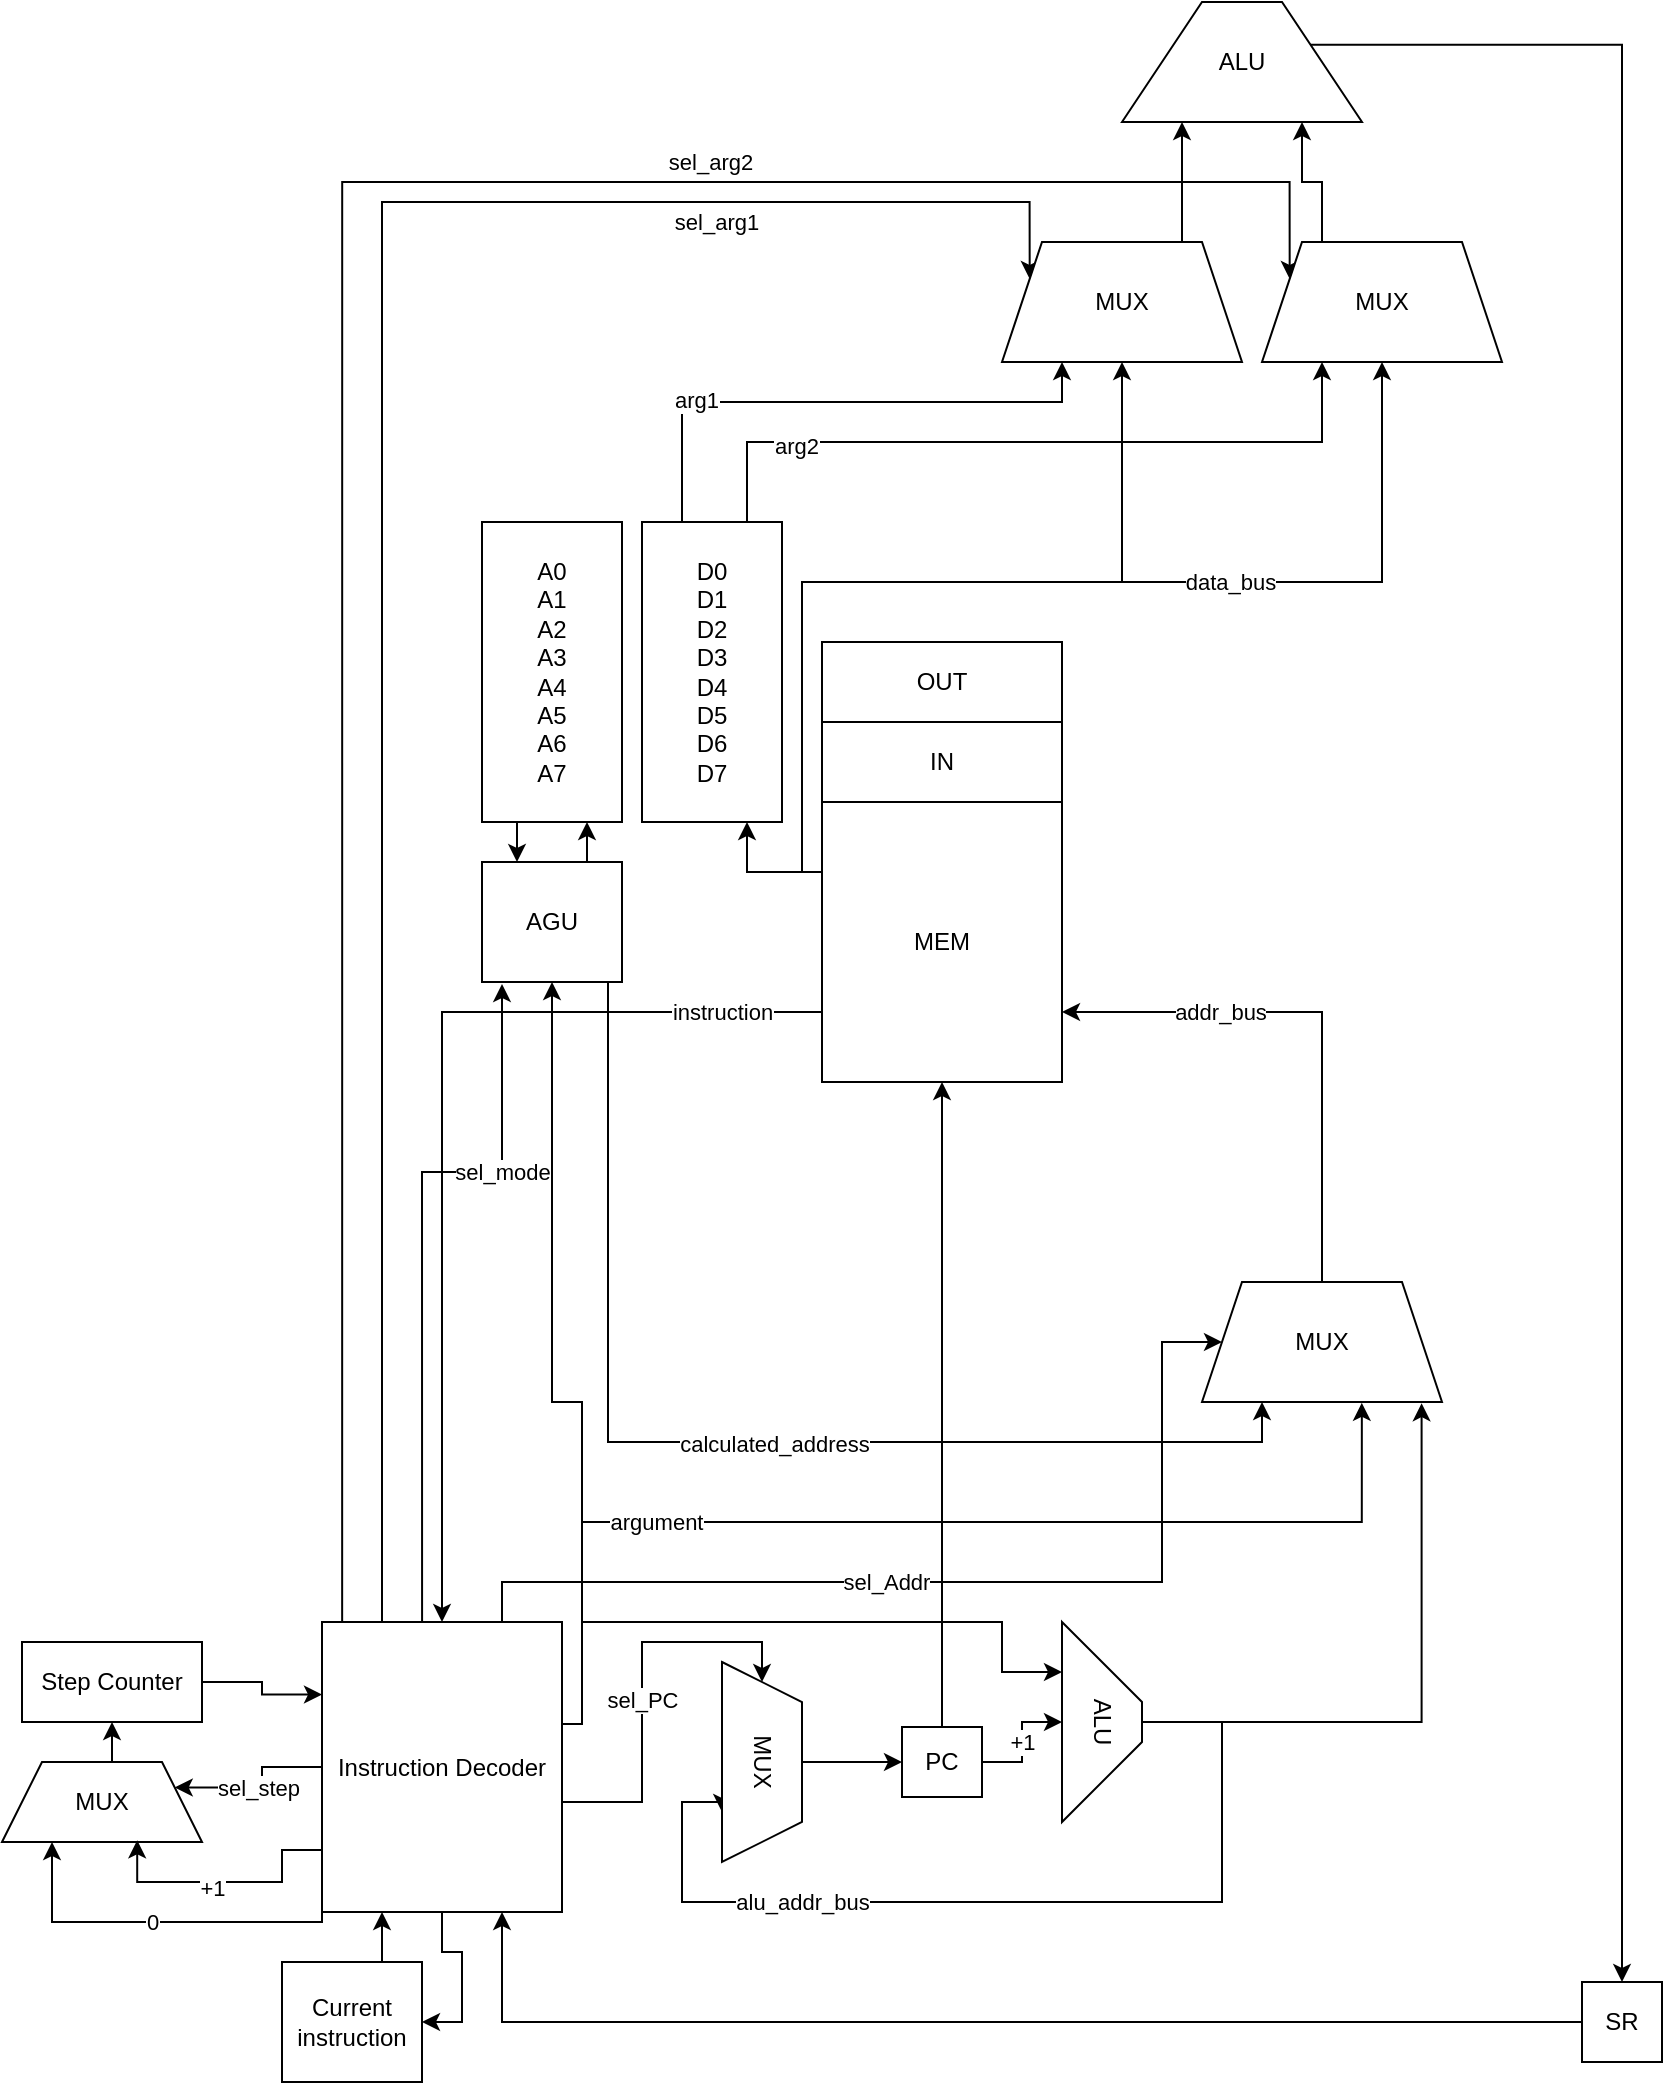
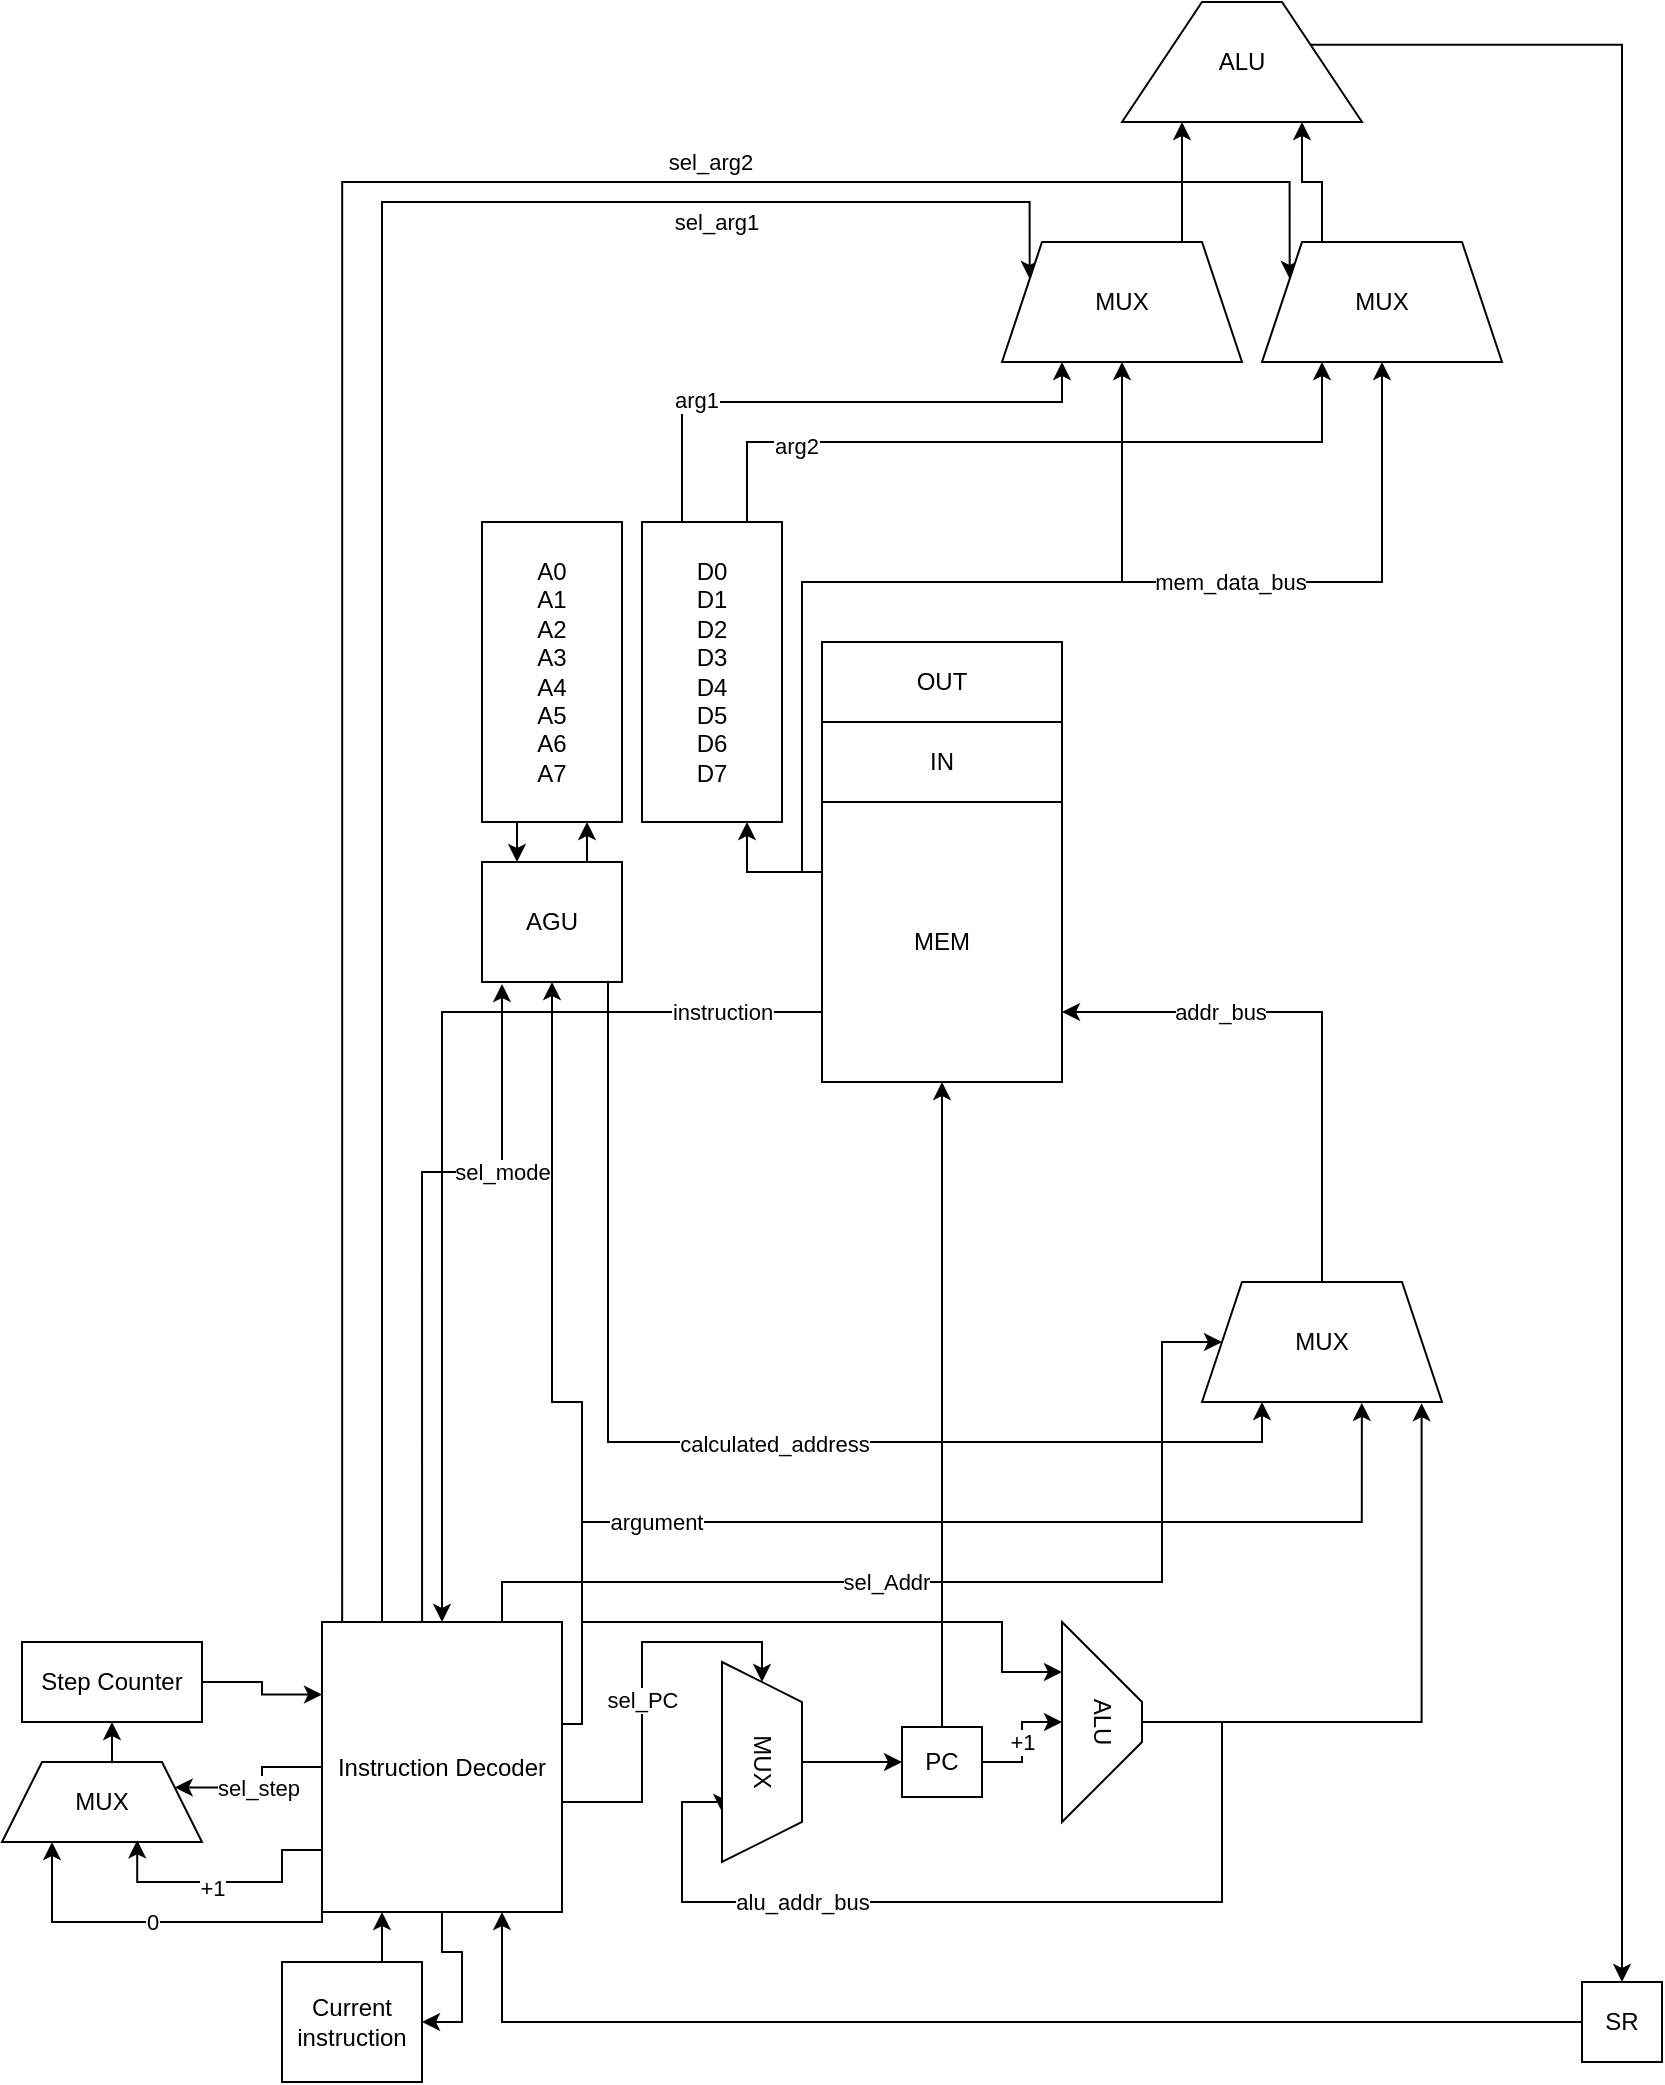
<mxfile host="app.diagrams.net">
  <diagram name="Page-1" id="vD0c1nyJ2qsoY4smOO1c">
    <mxGraphModel dx="647" dy="532" grid="1" gridSize="10" guides="1" tooltips="1" connect="1" arrows="1" fold="1" page="1" pageScale="1" pageWidth="850" pageHeight="1100" math="0" shadow="0">
      <root>
        <mxCell id="0" />
        <mxCell id="1" parent="0" />
        <mxCell id="tmCgyVSAr47gJ168LUJc-76" edge="1" parent="1" source="tmCgyVSAr47gJ168LUJc-6" style="edgeStyle=orthogonalEdgeStyle;rounded=0;orthogonalLoop=1;jettySize=auto;html=1;exitX=0.25;exitY=0;exitDx=0;exitDy=0;entryX=0.25;entryY=1;entryDx=0;entryDy=0;" target="tmCgyVSAr47gJ168LUJc-71">
          <mxGeometry relative="1" as="geometry">
            <Array as="points">
              <mxPoint x="350" y="300" />
              <mxPoint x="350" y="240" />
              <mxPoint x="540" y="240" />
            </Array>
          </mxGeometry>
        </mxCell>
        <mxCell id="tmCgyVSAr47gJ168LUJc-78" connectable="0" parent="tmCgyVSAr47gJ168LUJc-76" style="edgeLabel;html=1;align=center;verticalAlign=middle;resizable=0;points=[];" value="arg1" vertex="1">
          <mxGeometry relative="1" x="-0.4947" y="1" as="geometry">
            <mxPoint as="offset" />
          </mxGeometry>
        </mxCell>
        <mxCell id="tmCgyVSAr47gJ168LUJc-77" edge="1" parent="1" source="tmCgyVSAr47gJ168LUJc-6" style="edgeStyle=orthogonalEdgeStyle;rounded=0;orthogonalLoop=1;jettySize=auto;html=1;exitX=0.75;exitY=0;exitDx=0;exitDy=0;entryX=0.25;entryY=1;entryDx=0;entryDy=0;" target="tmCgyVSAr47gJ168LUJc-70">
          <mxGeometry relative="1" as="geometry" />
        </mxCell>
        <mxCell id="tmCgyVSAr47gJ168LUJc-79" connectable="0" parent="tmCgyVSAr47gJ168LUJc-77" style="edgeLabel;html=1;align=center;verticalAlign=middle;resizable=0;points=[];" value="arg2" vertex="1">
          <mxGeometry relative="1" x="-0.653" y="-2" as="geometry">
            <mxPoint as="offset" />
          </mxGeometry>
        </mxCell>
        <mxCell id="tmCgyVSAr47gJ168LUJc-6" parent="1" style="rounded=0;whiteSpace=wrap;html=1;" value="D0&lt;div&gt;D1&lt;/div&gt;&lt;div&gt;D2&lt;/div&gt;&lt;div&gt;D3&lt;/div&gt;&lt;div&gt;D4&lt;/div&gt;&lt;div&gt;D5&lt;/div&gt;&lt;div&gt;D6&lt;/div&gt;&lt;div&gt;D7&lt;/div&gt;" vertex="1">
          <mxGeometry height="150" width="70" x="330" y="300" as="geometry" />
        </mxCell>
        <mxCell id="tmCgyVSAr47gJ168LUJc-29" edge="1" parent="1" source="tmCgyVSAr47gJ168LUJc-7" style="edgeStyle=orthogonalEdgeStyle;rounded=0;orthogonalLoop=1;jettySize=auto;html=1;exitX=0;exitY=0.75;exitDx=0;exitDy=0;entryX=0.5;entryY=0;entryDx=0;entryDy=0;" target="tmCgyVSAr47gJ168LUJc-8" value="instruction">
          <mxGeometry relative="1" x="-0.798" as="geometry">
            <mxPoint as="offset" />
          </mxGeometry>
        </mxCell>
        <mxCell id="tmCgyVSAr47gJ168LUJc-87" edge="1" parent="1" source="tmCgyVSAr47gJ168LUJc-7" style="edgeStyle=orthogonalEdgeStyle;rounded=0;orthogonalLoop=1;jettySize=auto;html=1;exitX=0;exitY=0.25;exitDx=0;exitDy=0;entryX=0.75;entryY=1;entryDx=0;entryDy=0;" target="tmCgyVSAr47gJ168LUJc-6">
          <mxGeometry relative="1" as="geometry" />
        </mxCell>
        <mxCell id="tmCgyVSAr47gJ168LUJc-88" edge="1" parent="1" source="tmCgyVSAr47gJ168LUJc-7" style="edgeStyle=orthogonalEdgeStyle;rounded=0;orthogonalLoop=1;jettySize=auto;html=1;exitX=0;exitY=0.25;exitDx=0;exitDy=0;entryX=0.5;entryY=1;entryDx=0;entryDy=0;" target="tmCgyVSAr47gJ168LUJc-71">
          <mxGeometry relative="1" as="geometry">
            <Array as="points">
              <mxPoint x="410" y="475" />
              <mxPoint x="410" y="330" />
              <mxPoint x="570" y="330" />
            </Array>
          </mxGeometry>
        </mxCell>
        <mxCell id="tmCgyVSAr47gJ168LUJc-89" edge="1" parent="1" source="tmCgyVSAr47gJ168LUJc-7" style="edgeStyle=orthogonalEdgeStyle;rounded=0;orthogonalLoop=1;jettySize=auto;html=1;exitX=0;exitY=0.25;exitDx=0;exitDy=0;entryX=0.5;entryY=1;entryDx=0;entryDy=0;" target="tmCgyVSAr47gJ168LUJc-70">
          <mxGeometry relative="1" as="geometry">
            <Array as="points">
              <mxPoint x="410" y="475" />
              <mxPoint x="410" y="330" />
              <mxPoint x="700" y="330" />
            </Array>
          </mxGeometry>
        </mxCell>
-         <mxCell id="tmCgyVSAr47gJ168LUJc-90" connectable="0" parent="tmCgyVSAr47gJ168LUJc-89" style="edgeLabel;html=1;align=center;verticalAlign=middle;resizable=0;points=[];" value="data_bus" vertex="1">
+         <mxCell id="tmCgyVSAr47gJ168LUJc-90" connectable="0" parent="tmCgyVSAr47gJ168LUJc-89" style="edgeLabel;html=1;align=center;verticalAlign=middle;resizable=0;points=[];" value="mem_data_bus" vertex="1">
          <mxGeometry relative="1" x="0.3271" as="geometry">
            <mxPoint as="offset" />
          </mxGeometry>
        </mxCell>
        <mxCell id="tmCgyVSAr47gJ168LUJc-7" parent="1" style="rounded=0;whiteSpace=wrap;html=1;" value="MEM" vertex="1">
          <mxGeometry height="140" width="120" x="420" y="440" as="geometry" />
        </mxCell>
        <mxCell id="tmCgyVSAr47gJ168LUJc-18" edge="1" parent="1" source="tmCgyVSAr47gJ168LUJc-8" style="edgeStyle=orthogonalEdgeStyle;rounded=0;orthogonalLoop=1;jettySize=auto;html=1;exitX=1;exitY=0.5;exitDx=0;exitDy=0;entryX=0;entryY=0.5;entryDx=0;entryDy=0;" target="tmCgyVSAr47gJ168LUJc-17" value="sel_PC">
          <mxGeometry relative="1" as="geometry">
            <Array as="points">
              <mxPoint x="290" y="940" />
              <mxPoint x="330" y="940" />
              <mxPoint x="330" y="860" />
              <mxPoint x="390" y="860" />
            </Array>
          </mxGeometry>
        </mxCell>
        <mxCell id="tmCgyVSAr47gJ168LUJc-27" edge="1" parent="1" source="tmCgyVSAr47gJ168LUJc-8" style="edgeStyle=orthogonalEdgeStyle;rounded=0;orthogonalLoop=1;jettySize=auto;html=1;exitX=0.75;exitY=0;exitDx=0;exitDy=0;entryX=0;entryY=0.5;entryDx=0;entryDy=0;" target="tmCgyVSAr47gJ168LUJc-25" value="sel_Addr">
          <mxGeometry relative="1" x="-0.1538" as="geometry">
            <mxPoint as="offset" />
            <Array as="points">
              <mxPoint x="260" y="830" />
              <mxPoint x="590" y="830" />
              <mxPoint x="590" y="710" />
            </Array>
          </mxGeometry>
        </mxCell>
        <mxCell id="tmCgyVSAr47gJ168LUJc-31" edge="1" parent="1" source="tmCgyVSAr47gJ168LUJc-8" style="edgeStyle=orthogonalEdgeStyle;rounded=0;orthogonalLoop=1;jettySize=auto;html=1;exitX=0.5;exitY=1;exitDx=0;exitDy=0;entryX=1;entryY=0.5;entryDx=0;entryDy=0;" target="tmCgyVSAr47gJ168LUJc-30">
          <mxGeometry relative="1" as="geometry" />
        </mxCell>
        <mxCell id="tmCgyVSAr47gJ168LUJc-38" edge="1" parent="1" source="tmCgyVSAr47gJ168LUJc-8" style="edgeStyle=orthogonalEdgeStyle;rounded=0;orthogonalLoop=1;jettySize=auto;html=1;exitX=1;exitY=0.25;exitDx=0;exitDy=0;entryX=0.25;entryY=1;entryDx=0;entryDy=0;" target="tmCgyVSAr47gJ168LUJc-15">
          <mxGeometry relative="1" as="geometry">
            <Array as="points">
              <mxPoint x="300" y="901" />
              <mxPoint x="300" y="850" />
              <mxPoint x="510" y="850" />
              <mxPoint x="510" y="875" />
            </Array>
          </mxGeometry>
        </mxCell>
        <mxCell id="tmCgyVSAr47gJ168LUJc-40" edge="1" parent="1" source="tmCgyVSAr47gJ168LUJc-8" style="edgeStyle=orthogonalEdgeStyle;rounded=0;orthogonalLoop=1;jettySize=auto;html=1;exitX=1;exitY=0.25;exitDx=0;exitDy=0;entryX=0.666;entryY=1.007;entryDx=0;entryDy=0;entryPerimeter=0;" target="tmCgyVSAr47gJ168LUJc-25">
          <mxGeometry relative="1" as="geometry">
            <Array as="points">
              <mxPoint x="300" y="901" />
              <mxPoint x="300" y="800" />
              <mxPoint x="690" y="800" />
            </Array>
          </mxGeometry>
        </mxCell>
        <mxCell id="tmCgyVSAr47gJ168LUJc-41" connectable="0" parent="tmCgyVSAr47gJ168LUJc-40" style="edgeLabel;html=1;align=center;verticalAlign=middle;resizable=0;points=[];" value="argument" vertex="1">
          <mxGeometry relative="1" x="0.5385" y="2" as="geometry">
            <mxPoint x="-280" y="2" as="offset" />
          </mxGeometry>
        </mxCell>
        <mxCell id="tmCgyVSAr47gJ168LUJc-45" edge="1" parent="1" source="tmCgyVSAr47gJ168LUJc-8" style="edgeStyle=orthogonalEdgeStyle;rounded=0;orthogonalLoop=1;jettySize=auto;html=1;exitX=0;exitY=1;exitDx=0;exitDy=0;entryX=0.25;entryY=1;entryDx=0;entryDy=0;" target="tmCgyVSAr47gJ168LUJc-42" value="0">
          <mxGeometry relative="1" as="geometry">
            <Array as="points">
              <mxPoint x="170" y="1000" />
              <mxPoint x="35" y="1000" />
            </Array>
          </mxGeometry>
        </mxCell>
        <mxCell id="tmCgyVSAr47gJ168LUJc-47" edge="1" parent="1" source="tmCgyVSAr47gJ168LUJc-8" style="edgeStyle=orthogonalEdgeStyle;rounded=0;orthogonalLoop=1;jettySize=auto;html=1;exitX=0;exitY=0.5;exitDx=0;exitDy=0;entryX=1;entryY=0.25;entryDx=0;entryDy=0;" target="tmCgyVSAr47gJ168LUJc-42" value="sel_step">
          <mxGeometry relative="1" as="geometry" />
        </mxCell>
        <mxCell id="tmCgyVSAr47gJ168LUJc-60" edge="1" parent="1" source="tmCgyVSAr47gJ168LUJc-8" style="edgeStyle=orthogonalEdgeStyle;rounded=0;orthogonalLoop=1;jettySize=auto;html=1;exitX=0.417;exitY=-0.003;exitDx=0;exitDy=0;entryX=0.149;entryY=1.017;entryDx=0;entryDy=0;entryPerimeter=0;exitPerimeter=0;" target="tmCgyVSAr47gJ168LUJc-57" value="sel_mode">
          <mxGeometry relative="1" x="0.4739" as="geometry">
            <mxPoint as="offset" />
            <Array as="points">
              <mxPoint x="220" y="625" />
              <mxPoint x="260" y="625" />
              <mxPoint x="260" y="531" />
            </Array>
            <mxPoint x="330" y="540" as="targetPoint" />
          </mxGeometry>
        </mxCell>
        <mxCell id="tmCgyVSAr47gJ168LUJc-61" edge="1" parent="1" source="tmCgyVSAr47gJ168LUJc-8" style="edgeStyle=orthogonalEdgeStyle;rounded=0;orthogonalLoop=1;jettySize=auto;html=1;exitX=1;exitY=0.25;exitDx=0;exitDy=0;entryX=0.5;entryY=1;entryDx=0;entryDy=0;" target="tmCgyVSAr47gJ168LUJc-57">
          <mxGeometry relative="1" as="geometry">
            <Array as="points">
              <mxPoint x="290" y="901" />
              <mxPoint x="300" y="901" />
              <mxPoint x="300" y="740" />
              <mxPoint x="285" y="740" />
            </Array>
          </mxGeometry>
        </mxCell>
        <mxCell id="tmCgyVSAr47gJ168LUJc-81" edge="1" parent="1" source="tmCgyVSAr47gJ168LUJc-8" style="edgeStyle=orthogonalEdgeStyle;rounded=0;orthogonalLoop=1;jettySize=auto;html=1;exitX=0.25;exitY=0;exitDx=0;exitDy=0;entryX=0;entryY=0.25;entryDx=0;entryDy=0;" target="tmCgyVSAr47gJ168LUJc-71">
          <mxGeometry relative="1" as="geometry">
            <Array as="points">
              <mxPoint x="200" y="140" />
              <mxPoint x="524" y="140" />
            </Array>
          </mxGeometry>
        </mxCell>
        <mxCell id="tmCgyVSAr47gJ168LUJc-84" connectable="0" parent="tmCgyVSAr47gJ168LUJc-81" style="edgeLabel;html=1;align=center;verticalAlign=middle;resizable=0;points=[];" value="sel_arg1" vertex="1">
          <mxGeometry relative="1" x="0.6348" as="geometry">
            <mxPoint y="10" as="offset" />
          </mxGeometry>
        </mxCell>
        <mxCell id="tmCgyVSAr47gJ168LUJc-83" edge="1" parent="1" source="tmCgyVSAr47gJ168LUJc-8" style="edgeStyle=orthogonalEdgeStyle;rounded=0;orthogonalLoop=1;jettySize=auto;html=1;exitX=0.084;exitY=-0.001;exitDx=0;exitDy=0;entryX=0;entryY=0.25;entryDx=0;entryDy=0;exitPerimeter=0;" target="tmCgyVSAr47gJ168LUJc-70">
          <mxGeometry relative="1" as="geometry">
            <Array as="points">
              <mxPoint x="180" y="130" />
              <mxPoint x="654" y="130" />
            </Array>
          </mxGeometry>
        </mxCell>
        <mxCell id="tmCgyVSAr47gJ168LUJc-85" connectable="0" parent="tmCgyVSAr47gJ168LUJc-83" style="edgeLabel;html=1;align=center;verticalAlign=middle;resizable=0;points=[];" value="sel_arg2" vertex="1">
          <mxGeometry relative="1" x="0.4548" y="2" as="geometry">
            <mxPoint y="-8" as="offset" />
          </mxGeometry>
        </mxCell>
        <mxCell id="tmCgyVSAr47gJ168LUJc-8" parent="1" style="rounded=0;whiteSpace=wrap;html=1;" value="Instruction Decoder" vertex="1">
          <mxGeometry height="145" width="120" x="170" y="850" as="geometry" />
        </mxCell>
        <mxCell id="tmCgyVSAr47gJ168LUJc-20" edge="1" parent="1" source="tmCgyVSAr47gJ168LUJc-11" style="edgeStyle=orthogonalEdgeStyle;rounded=0;orthogonalLoop=1;jettySize=auto;html=1;exitX=0.5;exitY=0;exitDx=0;exitDy=0;entryX=0.5;entryY=1;entryDx=0;entryDy=0;" target="tmCgyVSAr47gJ168LUJc-7">
          <mxGeometry relative="1" as="geometry" />
        </mxCell>
        <mxCell id="tmCgyVSAr47gJ168LUJc-33" edge="1" parent="1" source="tmCgyVSAr47gJ168LUJc-11" style="edgeStyle=orthogonalEdgeStyle;rounded=0;orthogonalLoop=1;jettySize=auto;html=1;exitX=1;exitY=0.5;exitDx=0;exitDy=0;entryX=0.5;entryY=1;entryDx=0;entryDy=0;" target="tmCgyVSAr47gJ168LUJc-15" value="+1">
          <mxGeometry relative="1" as="geometry" />
        </mxCell>
        <mxCell id="tmCgyVSAr47gJ168LUJc-11" parent="1" style="rounded=0;whiteSpace=wrap;html=1;" value="PC" vertex="1">
          <mxGeometry height="35" width="40" x="460" y="902.5" as="geometry" />
        </mxCell>
        <mxCell id="tmCgyVSAr47gJ168LUJc-48" edge="1" parent="1" source="tmCgyVSAr47gJ168LUJc-12" style="edgeStyle=orthogonalEdgeStyle;rounded=0;orthogonalLoop=1;jettySize=auto;html=1;exitX=1;exitY=0.5;exitDx=0;exitDy=0;entryX=0;entryY=0.25;entryDx=0;entryDy=0;" target="tmCgyVSAr47gJ168LUJc-8">
          <mxGeometry relative="1" as="geometry" />
        </mxCell>
        <mxCell id="tmCgyVSAr47gJ168LUJc-12" parent="1" style="rounded=0;whiteSpace=wrap;html=1;" value="Step Counter" vertex="1">
          <mxGeometry height="40" width="90" x="20" y="860" as="geometry" />
        </mxCell>
        <mxCell id="tmCgyVSAr47gJ168LUJc-24" edge="1" parent="1" source="tmCgyVSAr47gJ168LUJc-15" style="edgeStyle=orthogonalEdgeStyle;rounded=0;orthogonalLoop=1;jettySize=auto;html=1;exitX=0.5;exitY=0;exitDx=0;exitDy=0;entryX=0.75;entryY=1;entryDx=0;entryDy=0;" target="tmCgyVSAr47gJ168LUJc-17" value="alu_addr_bus">
          <mxGeometry relative="1" x="0.4316" as="geometry">
            <mxPoint as="offset" />
            <Array as="points">
              <mxPoint x="620" y="900" />
              <mxPoint x="620" y="990" />
              <mxPoint x="350" y="990" />
              <mxPoint x="350" y="940" />
              <mxPoint x="370" y="940" />
            </Array>
          </mxGeometry>
        </mxCell>
        <mxCell id="tmCgyVSAr47gJ168LUJc-26" edge="1" parent="1" source="tmCgyVSAr47gJ168LUJc-15" style="edgeStyle=orthogonalEdgeStyle;rounded=0;orthogonalLoop=1;jettySize=auto;html=1;exitX=0.5;exitY=0;exitDx=0;exitDy=0;entryX=0.915;entryY=1.01;entryDx=0;entryDy=0;entryPerimeter=0;" target="tmCgyVSAr47gJ168LUJc-25">
          <mxGeometry relative="1" as="geometry">
            <Array as="points">
              <mxPoint x="720" y="900" />
            </Array>
          </mxGeometry>
        </mxCell>
        <mxCell id="tmCgyVSAr47gJ168LUJc-15" parent="1" style="shape=trapezoid;perimeter=trapezoidPerimeter;whiteSpace=wrap;html=1;fixedSize=1;rotation=90;size=40;" value="ALU" vertex="1">
          <mxGeometry height="40" width="100" x="510" y="880" as="geometry" />
        </mxCell>
        <mxCell id="tmCgyVSAr47gJ168LUJc-19" edge="1" parent="1" source="tmCgyVSAr47gJ168LUJc-17" style="edgeStyle=orthogonalEdgeStyle;rounded=0;orthogonalLoop=1;jettySize=auto;html=1;exitX=0.5;exitY=0;exitDx=0;exitDy=0;entryX=0;entryY=0.5;entryDx=0;entryDy=0;" target="tmCgyVSAr47gJ168LUJc-11">
          <mxGeometry relative="1" as="geometry" />
        </mxCell>
        <mxCell id="tmCgyVSAr47gJ168LUJc-17" parent="1" style="shape=trapezoid;perimeter=trapezoidPerimeter;whiteSpace=wrap;html=1;fixedSize=1;rotation=90;" value="MUX" vertex="1">
          <mxGeometry height="40" width="100" x="340" y="900" as="geometry" />
        </mxCell>
        <mxCell id="tmCgyVSAr47gJ168LUJc-34" edge="1" parent="1" source="tmCgyVSAr47gJ168LUJc-25" style="edgeStyle=orthogonalEdgeStyle;rounded=0;orthogonalLoop=1;jettySize=auto;html=1;exitX=0.5;exitY=0;exitDx=0;exitDy=0;entryX=1;entryY=0.75;entryDx=0;entryDy=0;" target="tmCgyVSAr47gJ168LUJc-7" value="addr_bus">
          <mxGeometry relative="1" x="0.4074" as="geometry">
            <mxPoint as="offset" />
          </mxGeometry>
        </mxCell>
        <mxCell id="tmCgyVSAr47gJ168LUJc-25" parent="1" style="shape=trapezoid;perimeter=trapezoidPerimeter;whiteSpace=wrap;html=1;fixedSize=1;rotation=0;" value="MUX" vertex="1">
          <mxGeometry height="60" width="120" x="610" y="680" as="geometry" />
        </mxCell>
        <mxCell id="tmCgyVSAr47gJ168LUJc-32" edge="1" parent="1" source="tmCgyVSAr47gJ168LUJc-30" style="edgeStyle=orthogonalEdgeStyle;rounded=0;orthogonalLoop=1;jettySize=auto;html=1;exitX=0.75;exitY=0;exitDx=0;exitDy=0;entryX=0.25;entryY=1;entryDx=0;entryDy=0;" target="tmCgyVSAr47gJ168LUJc-8">
          <mxGeometry relative="1" as="geometry" />
        </mxCell>
        <mxCell id="tmCgyVSAr47gJ168LUJc-30" parent="1" style="whiteSpace=wrap;html=1;" value="Current instruction" vertex="1">
          <mxGeometry height="60" width="70" x="150" y="1020" as="geometry" />
        </mxCell>
        <mxCell id="tmCgyVSAr47gJ168LUJc-35" parent="1" style="whiteSpace=wrap;html=1;" value="IN" vertex="1">
          <mxGeometry height="40" width="120" x="420" y="400" as="geometry" />
        </mxCell>
        <mxCell id="tmCgyVSAr47gJ168LUJc-36" parent="1" style="whiteSpace=wrap;html=1;" value="OUT" vertex="1">
          <mxGeometry height="40" width="120" x="420" y="360" as="geometry" />
        </mxCell>
        <mxCell id="tmCgyVSAr47gJ168LUJc-43" edge="1" parent="1" source="tmCgyVSAr47gJ168LUJc-42" style="edgeStyle=orthogonalEdgeStyle;rounded=0;orthogonalLoop=1;jettySize=auto;html=1;exitX=0.5;exitY=0;exitDx=0;exitDy=0;entryX=0.5;entryY=1;entryDx=0;entryDy=0;" target="tmCgyVSAr47gJ168LUJc-12">
          <mxGeometry relative="1" as="geometry" />
        </mxCell>
        <mxCell id="tmCgyVSAr47gJ168LUJc-42" parent="1" style="shape=trapezoid;perimeter=trapezoidPerimeter;whiteSpace=wrap;html=1;fixedSize=1;rotation=0;" value="MUX" vertex="1">
          <mxGeometry height="40" width="100" x="10" y="920" as="geometry" />
        </mxCell>
        <mxCell id="tmCgyVSAr47gJ168LUJc-44" edge="1" parent="1" source="tmCgyVSAr47gJ168LUJc-8" style="edgeStyle=orthogonalEdgeStyle;rounded=0;orthogonalLoop=1;jettySize=auto;html=1;exitX=0;exitY=0.75;exitDx=0;exitDy=0;entryX=0.676;entryY=0.979;entryDx=0;entryDy=0;entryPerimeter=0;" target="tmCgyVSAr47gJ168LUJc-42">
          <mxGeometry relative="1" as="geometry">
            <Array as="points">
              <mxPoint x="150" y="964" />
              <mxPoint x="150" y="980" />
              <mxPoint x="78" y="980" />
            </Array>
          </mxGeometry>
        </mxCell>
        <mxCell id="tmCgyVSAr47gJ168LUJc-46" connectable="0" parent="tmCgyVSAr47gJ168LUJc-44" style="edgeLabel;html=1;align=center;verticalAlign=middle;resizable=0;points=[];" value="+1" vertex="1">
          <mxGeometry relative="1" x="0.1365" y="3" as="geometry">
            <mxPoint as="offset" />
          </mxGeometry>
        </mxCell>
        <mxCell id="tmCgyVSAr47gJ168LUJc-86" edge="1" parent="1" source="tmCgyVSAr47gJ168LUJc-49" style="edgeStyle=orthogonalEdgeStyle;rounded=0;orthogonalLoop=1;jettySize=auto;html=1;exitX=0.25;exitY=1;exitDx=0;exitDy=0;entryX=0.25;entryY=0;entryDx=0;entryDy=0;" target="tmCgyVSAr47gJ168LUJc-57">
          <mxGeometry relative="1" as="geometry" />
        </mxCell>
        <mxCell id="tmCgyVSAr47gJ168LUJc-49" parent="1" style="rounded=0;whiteSpace=wrap;html=1;" value="A0&lt;div&gt;A1&lt;/div&gt;&lt;div&gt;A2&lt;/div&gt;&lt;div&gt;A3&lt;/div&gt;&lt;div&gt;A4&lt;/div&gt;&lt;div&gt;A5&lt;/div&gt;&lt;div&gt;A6&lt;/div&gt;&lt;div&gt;A7&lt;/div&gt;" vertex="1">
          <mxGeometry height="150" width="70" x="250" y="300" as="geometry" />
        </mxCell>
        <mxCell id="tmCgyVSAr47gJ168LUJc-56" edge="1" parent="1" source="tmCgyVSAr47gJ168LUJc-50" style="edgeStyle=orthogonalEdgeStyle;rounded=0;orthogonalLoop=1;jettySize=auto;html=1;exitX=0;exitY=0.5;exitDx=0;exitDy=0;entryX=0.75;entryY=1;entryDx=0;entryDy=0;" target="tmCgyVSAr47gJ168LUJc-8">
          <mxGeometry relative="1" as="geometry" />
        </mxCell>
        <mxCell id="tmCgyVSAr47gJ168LUJc-50" parent="1" style="whiteSpace=wrap;html=1;" value="SR" vertex="1">
          <mxGeometry height="40" width="40" x="800" y="1030" as="geometry" />
        </mxCell>
        <mxCell id="tmCgyVSAr47gJ168LUJc-55" edge="1" parent="1" source="tmCgyVSAr47gJ168LUJc-51" style="edgeStyle=orthogonalEdgeStyle;rounded=0;orthogonalLoop=1;jettySize=auto;html=1;exitX=1;exitY=0.25;exitDx=0;exitDy=0;entryX=0.5;entryY=0;entryDx=0;entryDy=0;" target="tmCgyVSAr47gJ168LUJc-50">
          <mxGeometry relative="1" as="geometry">
            <Array as="points">
              <mxPoint x="820" y="61" />
            </Array>
          </mxGeometry>
        </mxCell>
        <mxCell id="tmCgyVSAr47gJ168LUJc-51" parent="1" style="shape=trapezoid;perimeter=trapezoidPerimeter;whiteSpace=wrap;html=1;fixedSize=1;size=40;rotation=0;" value="ALU" vertex="1">
          <mxGeometry height="60" width="120" x="570" y="40" as="geometry" />
        </mxCell>
        <mxCell id="tmCgyVSAr47gJ168LUJc-62" edge="1" parent="1" source="tmCgyVSAr47gJ168LUJc-57" style="edgeStyle=orthogonalEdgeStyle;rounded=0;orthogonalLoop=1;jettySize=auto;html=1;exitX=0.75;exitY=0;exitDx=0;exitDy=0;entryX=0.75;entryY=1;entryDx=0;entryDy=0;" target="tmCgyVSAr47gJ168LUJc-49">
          <mxGeometry relative="1" as="geometry" />
        </mxCell>
        <mxCell id="tmCgyVSAr47gJ168LUJc-68" edge="1" parent="1" source="tmCgyVSAr47gJ168LUJc-57" style="edgeStyle=orthogonalEdgeStyle;rounded=0;orthogonalLoop=1;jettySize=auto;html=1;exitX=0.9;exitY=1.006;exitDx=0;exitDy=0;entryX=0.25;entryY=1;entryDx=0;entryDy=0;exitPerimeter=0;" target="tmCgyVSAr47gJ168LUJc-25">
          <mxGeometry relative="1" as="geometry">
            <Array as="points">
              <mxPoint x="313" y="760" />
              <mxPoint x="640" y="760" />
            </Array>
          </mxGeometry>
        </mxCell>
        <mxCell id="tmCgyVSAr47gJ168LUJc-69" connectable="0" parent="tmCgyVSAr47gJ168LUJc-68" style="edgeLabel;html=1;align=center;verticalAlign=middle;resizable=0;points=[];" value="calculated_address" vertex="1">
          <mxGeometry relative="1" x="0.0842" y="-1" as="geometry">
            <mxPoint as="offset" />
          </mxGeometry>
        </mxCell>
        <mxCell id="tmCgyVSAr47gJ168LUJc-57" parent="1" style="whiteSpace=wrap;html=1;" value="AGU" vertex="1">
          <mxGeometry height="60" width="70" x="250" y="470" as="geometry" />
        </mxCell>
        <mxCell id="tmCgyVSAr47gJ168LUJc-75" edge="1" parent="1" source="tmCgyVSAr47gJ168LUJc-70" style="edgeStyle=orthogonalEdgeStyle;rounded=0;orthogonalLoop=1;jettySize=auto;html=1;exitX=0.25;exitY=0;exitDx=0;exitDy=0;entryX=0.75;entryY=1;entryDx=0;entryDy=0;" target="tmCgyVSAr47gJ168LUJc-51">
          <mxGeometry relative="1" as="geometry" />
        </mxCell>
        <mxCell id="tmCgyVSAr47gJ168LUJc-70" parent="1" style="shape=trapezoid;perimeter=trapezoidPerimeter;whiteSpace=wrap;html=1;fixedSize=1;rotation=0;" value="MUX" vertex="1">
          <mxGeometry height="60" width="120" x="640" y="160" as="geometry" />
        </mxCell>
        <mxCell id="tmCgyVSAr47gJ168LUJc-73" edge="1" parent="1" source="tmCgyVSAr47gJ168LUJc-71" style="edgeStyle=orthogonalEdgeStyle;rounded=0;orthogonalLoop=1;jettySize=auto;html=1;exitX=0.75;exitY=0;exitDx=0;exitDy=0;entryX=0.25;entryY=1;entryDx=0;entryDy=0;" target="tmCgyVSAr47gJ168LUJc-51">
          <mxGeometry relative="1" as="geometry" />
        </mxCell>
        <mxCell id="tmCgyVSAr47gJ168LUJc-71" parent="1" style="shape=trapezoid;perimeter=trapezoidPerimeter;whiteSpace=wrap;html=1;fixedSize=1;rotation=0;" value="MUX" vertex="1">
          <mxGeometry height="60" width="120" x="510" y="160" as="geometry" />
        </mxCell>
      </root>
    </mxGraphModel>
  </diagram>
</mxfile>
